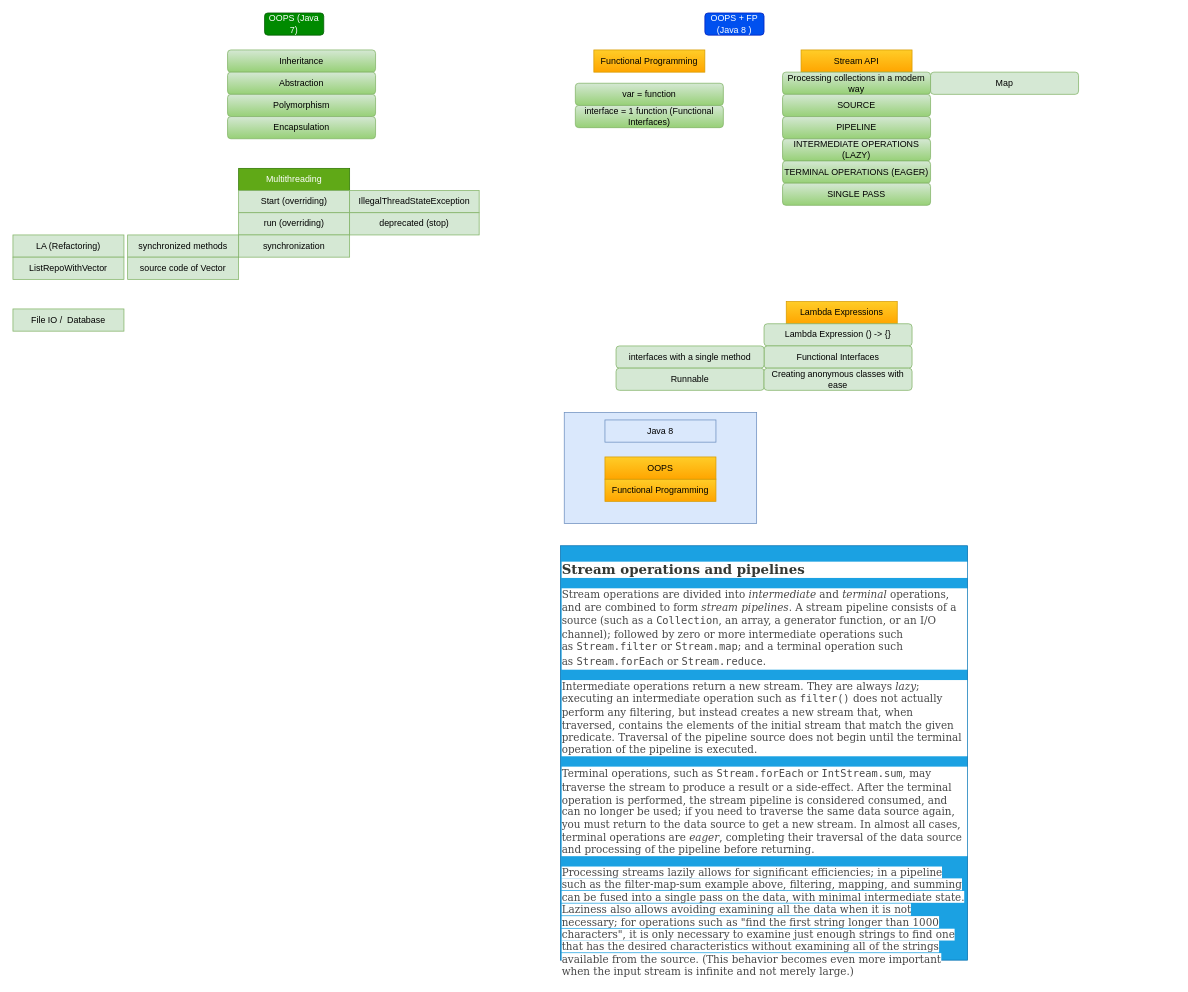
Above: page "java 8" (11 of 11) of java/diagrams/java-workflow.drawio in aukokyong/jfs-master (draw.io), before the change. Source tidied: cells renumbered, new cells numbered last; positions are measured from the earlier drawing's top-left corner, leaving out a move shared by most shapes. Both pictures are drawn from the tidied source at 74%, with x=0, y=0 at pixel (13, 13). Pictures stored in the file or linked from it are replaced by grey dashed boxes.
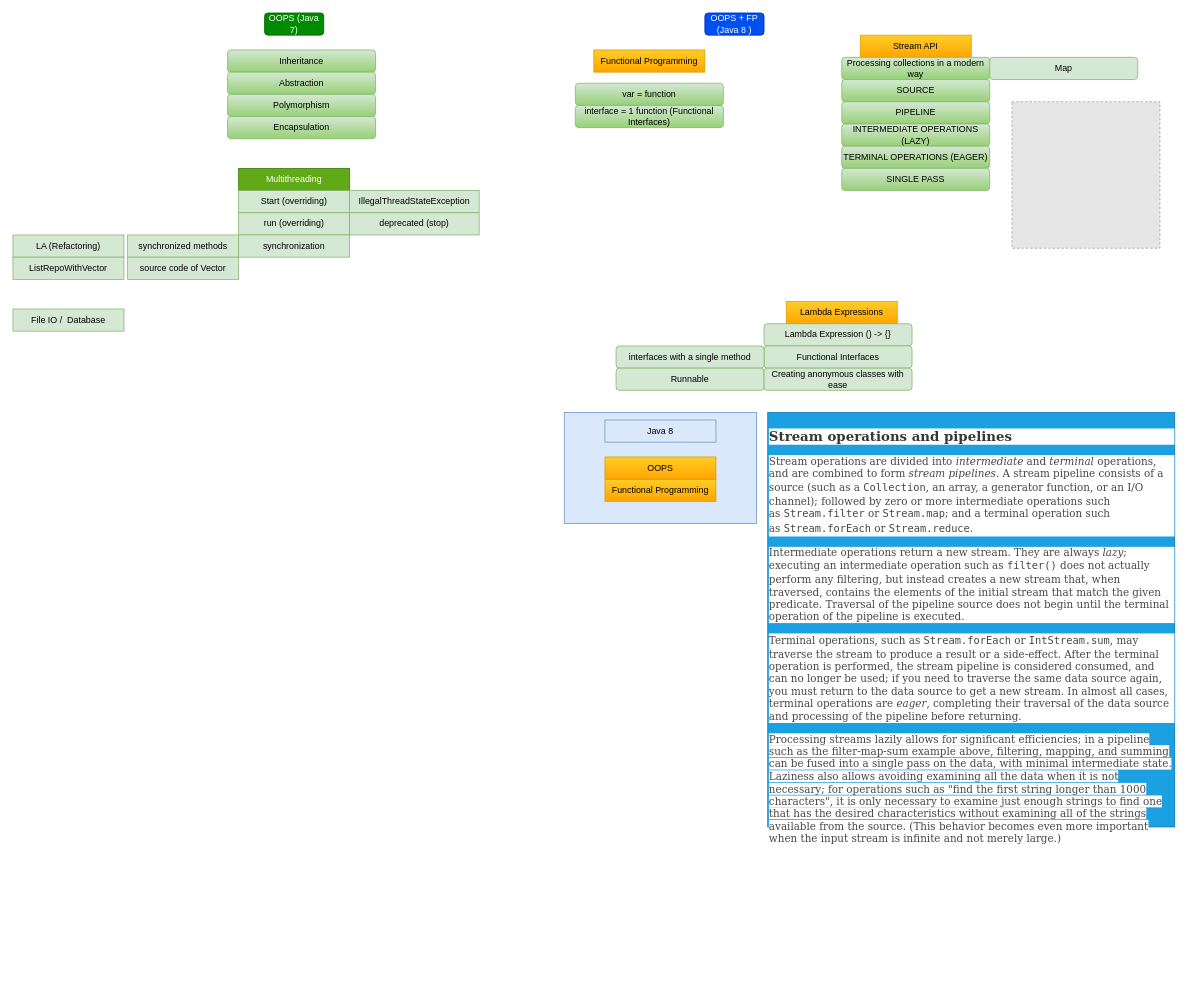
The same page after the edit.

The edit, as a diff of the source:
```diff
@@
     <mxCell id="11" value="Stream API" style="rounded=0;whiteSpace=wrap;html=1;gradientColor=#ffa500;fillColor=#ffcd28;strokeColor=#d79b00;" parent="1" vertex="1">
-      <mxGeometry x="1065" y="50" width="150" height="30" as="geometry" />
+      <mxGeometry x="1145" y="30" width="150" height="30" as="geometry" />
     </mxCell>
     <mxCell id="12" value="Processing collections in a modern way" style="rounded=1;whiteSpace=wrap;html=1;fillColor=#d5e8d4;strokeColor=#82b366;gradientColor=#97d077;" parent="1" vertex="1">
-      <mxGeometry x="1040" y="80" width="200" height="30" as="geometry" />
+      <mxGeometry x="1120" y="60" width="200" height="30" as="geometry" />
     </mxCell>
@@
     <mxCell id="18" value="Map" style="rounded=1;whiteSpace=wrap;html=1;fillColor=#d5e8d4;strokeColor=#82b366;" parent="1" vertex="1">
-      <mxGeometry x="1240" y="80" width="200" height="30" as="geometry" />
+      <mxGeometry x="1320" y="60" width="200" height="30" as="geometry" />
     </mxCell>
@@
     <mxCell id="35" value="&lt;h2 style=&quot;font-size: 18px ; color: rgb(71 , 71 , 71) ; font-family: &amp;#34;dejavu serif&amp;#34; , &amp;#34;georgia&amp;#34; , &amp;#34;times new roman&amp;#34; , &amp;#34;times&amp;#34; , serif ; font-style: normal ; letter-spacing: normal ; text-indent: 0px ; text-transform: none ; word-spacing: 0px ; background-color: rgb(255 , 255 , 255)&quot;&gt;&lt;a name=&quot;StreamOps&quot; style=&quot;color: rgb(53 , 56 , 51)&quot;&gt;Stream operations and pipelines&lt;/a&gt;&lt;/h2&gt;&lt;p style=&quot;color: rgb(71 , 71 , 71) ; font-family: &amp;#34;dejavu serif&amp;#34; , &amp;#34;georgia&amp;#34; , &amp;#34;times new roman&amp;#34; , &amp;#34;times&amp;#34; , serif ; font-size: 14px ; font-style: normal ; font-weight: 400 ; letter-spacing: normal ; text-indent: 0px ; text-transform: none ; word-spacing: 0px ; background-color: rgb(255 , 255 , 255)&quot;&gt;Stream operations are divided into&lt;span&gt;&amp;nbsp;&lt;/span&gt;&lt;em&gt;intermediate&lt;/em&gt;&lt;span&gt;&amp;nbsp;&lt;/span&gt;and&lt;span&gt;&amp;nbsp;&lt;/span&gt;&lt;em&gt;terminal&lt;/em&gt;&lt;span&gt;&amp;nbsp;&lt;/span&gt;operations, and are combined to form&lt;span&gt;&amp;nbsp;&lt;/span&gt;&lt;em&gt;stream pipelines&lt;/em&gt;. A stream pipeline consists of a source (such as a&lt;span&gt;&amp;nbsp;&lt;/span&gt;&lt;code style=&quot;font-family: &amp;#34;dejavu sans mono&amp;#34; , monospace ; font-size: 14px ; padding-top: 4px ; margin-top: 8px ; line-height: 1.4em&quot;&gt;Collection&lt;/code&gt;, an array, a generator function, or an I/O channel); followed by zero or more intermediate operations such as&lt;span&gt;&amp;nbsp;&lt;/span&gt;&lt;code style=&quot;font-family: &amp;#34;dejavu sans mono&amp;#34; , monospace ; font-size: 14px ; padding-top: 4px ; margin-top: 8px ; line-height: 1.4em&quot;&gt;Stream.filter&lt;/code&gt;&lt;span&gt;&amp;nbsp;&lt;/span&gt;or&lt;span&gt;&amp;nbsp;&lt;/span&gt;&lt;code style=&quot;font-family: &amp;#34;dejavu sans mono&amp;#34; , monospace ; font-size: 14px ; padding-top: 4px ; margin-top: 8px ; line-height: 1.4em&quot;&gt;Stream.map&lt;/code&gt;; and a terminal operation such as&lt;span&gt;&amp;nbsp;&lt;/span&gt;&lt;code style=&quot;font-family: &amp;#34;dejavu sans mono&amp;#34; , monospace ; font-size: 14px ; padding-top: 4px ; margin-top: 8px ; line-height: 1.4em&quot;&gt;Stream.forEach&lt;/code&gt;&lt;span&gt;&amp;nbsp;&lt;/span&gt;or&lt;span&gt;&amp;nbsp;&lt;/span&gt;&lt;code style=&quot;font-family: &amp;#34;dejavu sans mono&amp;#34; , monospace ; font-size: 14px ; padding-top: 4px ; margin-top: 8px ; line-height: 1.4em&quot;&gt;Stream.reduce&lt;/code&gt;.&lt;/p&gt;&lt;p style=&quot;color: rgb(71 , 71 , 71) ; font-family: &amp;#34;dejavu serif&amp;#34; , &amp;#34;georgia&amp;#34; , &amp;#34;times new roman&amp;#34; , &amp;#34;times&amp;#34; , serif ; font-size: 14px ; font-style: normal ; font-weight: 400 ; letter-spacing: normal ; text-indent: 0px ; text-transform: none ; word-spacing: 0px ; background-color: rgb(255 , 255 , 255)&quot;&gt;Intermediate operations return a new stream. They are always&lt;span&gt;&amp;nbsp;&lt;/span&gt;&lt;em&gt;lazy&lt;/em&gt;; executing an intermediate operation such as&lt;span&gt;&amp;nbsp;&lt;/span&gt;&lt;code style=&quot;font-family: &amp;#34;dejavu sans mono&amp;#34; , monospace ; font-size: 14px ; padding-top: 4px ; margin-top: 8px ; line-height: 1.4em&quot;&gt;filter()&lt;/code&gt;&lt;span&gt;&amp;nbsp;&lt;/span&gt;does not actually perform any filtering, but instead creates a new stream that, when traversed, contains the elements of the initial stream that match the given predicate. Traversal of the pipeline source does not begin until the terminal operation of the pipeline is executed.&lt;/p&gt;&lt;p style=&quot;color: rgb(71 , 71 , 71) ; font-family: &amp;#34;dejavu serif&amp;#34; , &amp;#34;georgia&amp;#34; , &amp;#34;times new roman&amp;#34; , &amp;#34;times&amp;#34; , serif ; font-size: 14px ; font-style: normal ; font-weight: 400 ; letter-spacing: normal ; text-indent: 0px ; text-transform: none ; word-spacing: 0px ; background-color: rgb(255 , 255 , 255)&quot;&gt;Terminal operations, such as&lt;span&gt;&amp;nbsp;&lt;/span&gt;&lt;code style=&quot;font-family: &amp;#34;dejavu sans mono&amp;#34; , monospace ; font-size: 14px ; padding-top: 4px ; margin-top: 8px ; line-height: 1.4em&quot;&gt;Stream.forEach&lt;/code&gt;&lt;span&gt;&amp;nbsp;&lt;/span&gt;or&lt;span&gt;&amp;nbsp;&lt;/span&gt;&lt;code style=&quot;font-family: &amp;#34;dejavu sans mono&amp;#34; , monospace ; font-size: 14px ; padding-top: 4px ; margin-top: 8px ; line-height: 1.4em&quot;&gt;IntStream.sum&lt;/code&gt;, may traverse the stream to produce a result or a side-effect. After the terminal operation is performed, the stream pipeline is considered consumed, and can no longer be used; if you need to traverse the same data source again, you must return to the data source to get a new stream. In almost all cases, terminal operations are&lt;span&gt;&amp;nbsp;&lt;/span&gt;&lt;em&gt;eager&lt;/em&gt;, completing their traversal of the data source and processing of the pipeline before returning.&amp;nbsp;&lt;/p&gt;&lt;span style=&quot;color: rgb(71 , 71 , 71) ; font-family: &amp;#34;dejavu serif&amp;#34; , &amp;#34;georgia&amp;#34; , &amp;#34;times new roman&amp;#34; , &amp;#34;times&amp;#34; , serif ; font-size: 14px ; background-color: rgb(255 , 255 , 255)&quot;&gt;Processing streams lazily allows for significant efficiencies; in a pipeline such as the filter-map-sum example above, filtering, mapping, and summing can be fused into a single pass on the data, with minimal intermediate state. Laziness also allows avoiding examining all the data when it is not necessary; for operations such as &quot;find the first string longer than 1000 characters&quot;, it is only necessary to examine just enough strings to find one that has the desired characteristics without examining all of the strings available from the source. (This behavior becomes even more important when the input stream is infinite and not merely large.)&lt;/span&gt;" style="text;whiteSpace=wrap;html=1;fillColor=#1ba1e2;strokeColor=#006EAF;fontColor=#ffffff;" parent="1" vertex="1">
-      <mxGeometry x="740" y="720" width="550" height="560" as="geometry" />
+      <mxGeometry x="1020" y="540" width="550" height="560" as="geometry" />
     </mxCell>
     <mxCell id="36" value="SOURCE" style="rounded=1;whiteSpace=wrap;html=1;fillColor=#d5e8d4;strokeColor=#82b366;gradientColor=#97d077;" parent="1" vertex="1">
-      <mxGeometry x="1040" y="110" width="200" height="30" as="geometry" />
+      <mxGeometry x="1120" y="90" width="200" height="30" as="geometry" />
     </mxCell>
     <mxCell id="37" value="PIPELINE" style="rounded=1;whiteSpace=wrap;html=1;fillColor=#d5e8d4;strokeColor=#82b366;gradientColor=#97d077;" parent="1" vertex="1">
-      <mxGeometry x="1040" y="140" width="200" height="30" as="geometry" />
+      <mxGeometry x="1120" y="120" width="200" height="30" as="geometry" />
     </mxCell>
     <mxCell id="38" value="&lt;div&gt;INTERMEDIATE OPERATIONS (LAZY)&lt;/div&gt;" style="rounded=1;whiteSpace=wrap;html=1;fillColor=#d5e8d4;strokeColor=#82b366;gradientColor=#97d077;" parent="1" vertex="1">
-      <mxGeometry x="1040" y="170" width="200" height="30" as="geometry" />
+      <mxGeometry x="1120" y="150" width="200" height="30" as="geometry" />
     </mxCell>
     <mxCell id="39" value="&lt;div&gt;TERMINAL OPERATIONS (EAGER)&lt;/div&gt;" style="rounded=1;whiteSpace=wrap;html=1;fillColor=#d5e8d4;strokeColor=#82b366;gradientColor=#97d077;" parent="1" vertex="1">
-      <mxGeometry x="1040" y="200" width="200" height="30" as="geometry" />
+      <mxGeometry x="1120" y="180" width="200" height="30" as="geometry" />
     </mxCell>
     <mxCell id="40" value="&lt;div&gt;SINGLE PASS&lt;/div&gt;" style="rounded=1;whiteSpace=wrap;html=1;fillColor=#d5e8d4;strokeColor=#82b366;gradientColor=#97d077;" parent="1" vertex="1">
-      <mxGeometry x="1040" y="230" width="200" height="30" as="geometry" />
+      <mxGeometry x="1120" y="210" width="200" height="30" as="geometry" />
     </mxCell>
+    <mxCell id="41" style="fillColor=#E6E6E6;strokeColor=#999999;dashed=1;verticalLabelPosition=bottom;labelBackgroundColor=#ffffff;verticalAlign=top;" parent="1" vertex="1">
+      <mxGeometry x="1350" y="120" width="200" height="198" as="geometry" />
+    </mxCell>
```
